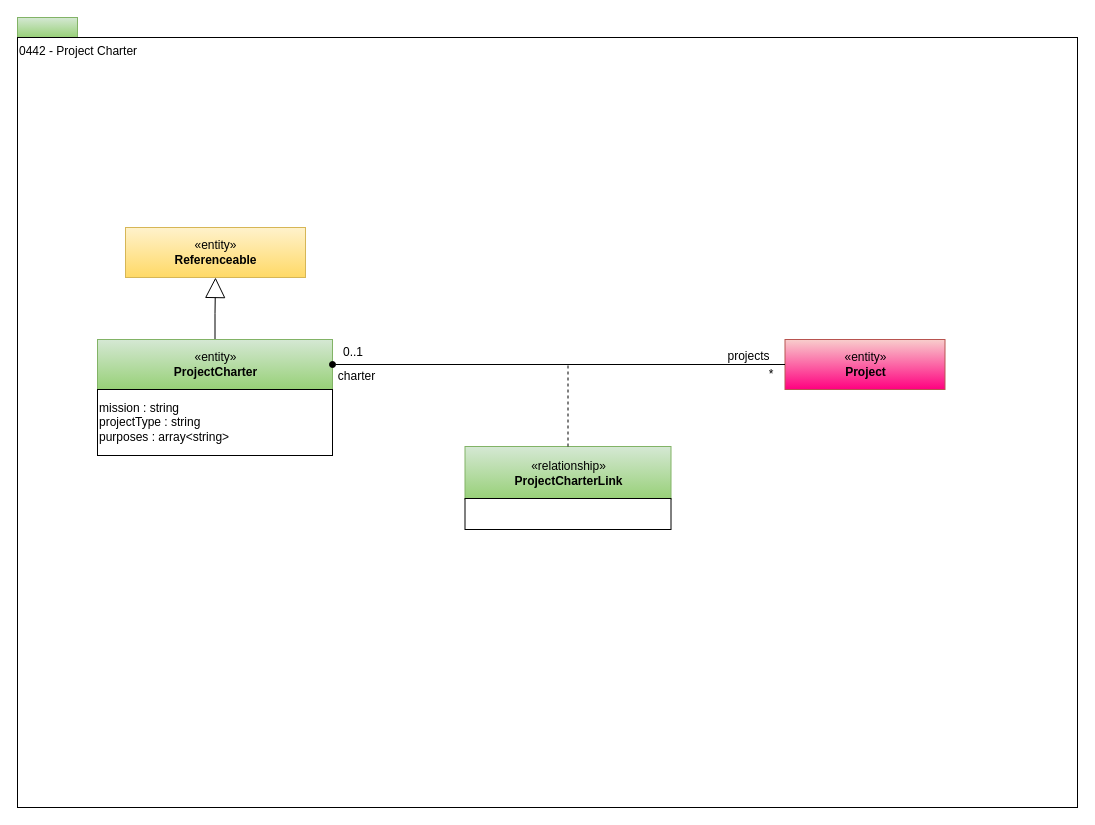
This is page "0442-Project-Charter" (15 of 31) of site/docs/types/4/area-4-governance.drawio from odpi/egeria-docs, a draw.io file, before an edit. Source tidied: cells renumbered, new cells numbered last; positions are measured from the earlier drawing's top-left corner, leaving out a move shared by most shapes. Both pictures are drawn from the tidied source at 100%, with x=0, y=0 at pixel (17, 17).
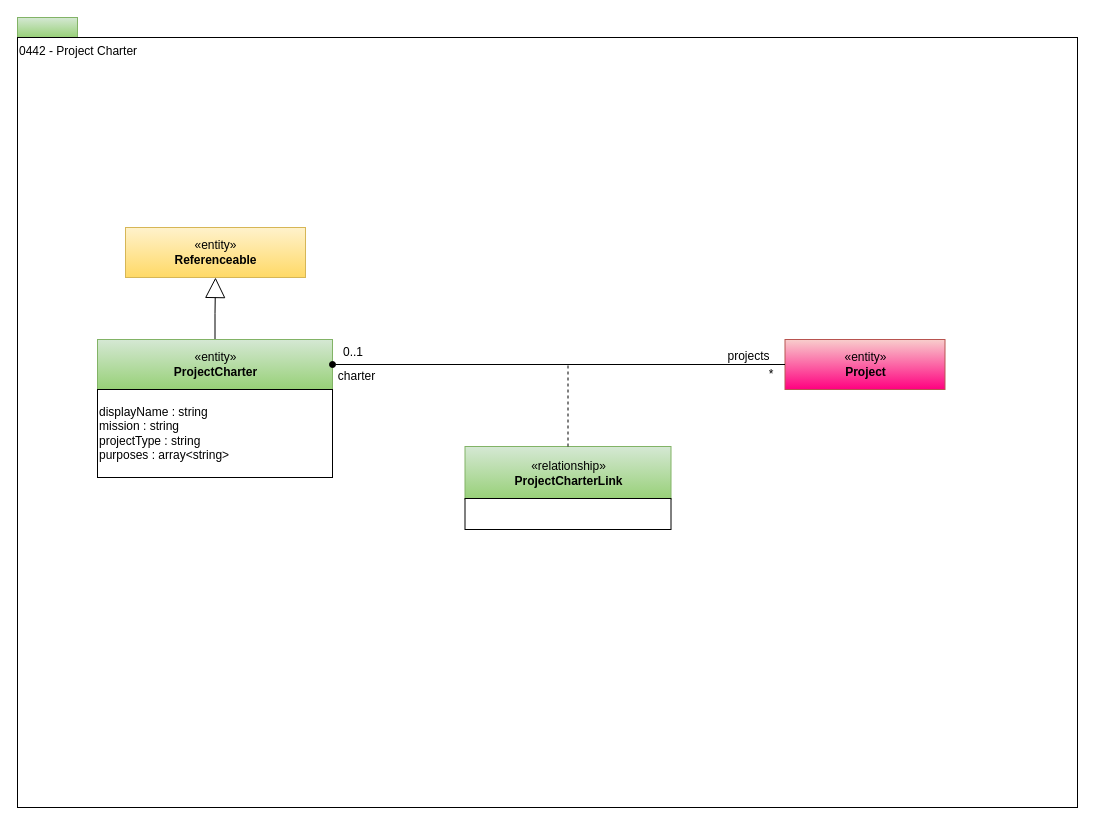
The same diagram, later.

Change to the diagram source:
```diff
@@
 <mxGraphModel>
   <root>
     <mxCell id="0" />
     <mxCell id="1" parent="0" />
     <mxCell id="2" style="rounded=0;whiteSpace=wrap;html=1;align=left;fillColor=#d5e8d4;strokeColor=#82b366;gradientColor=#97d077;" parent="1" vertex="1">
       <mxGeometry width="60" height="20" as="geometry" />
     </mxCell>
     <mxCell id="3" value="0442 - Project Charter" style="rounded=0;whiteSpace=wrap;html=1;align=left;verticalAlign=top;" parent="1" vertex="1">
       <mxGeometry y="20" width="1060" height="770" as="geometry" />
     </mxCell>
     <mxCell id="4" style="edgeStyle=orthogonalEdgeStyle;rounded=0;jettySize=auto;html=1;exitX=0.5;exitY=0;exitDx=0;exitDy=0;endArrow=block;endFill=0;endSize=18;" parent="1" edge="1" source="5" target="6">
       <mxGeometry relative="1" as="geometry" />
     </mxCell>
     <mxCell id="5" value="«entity»&lt;br&gt;&lt;b&gt;ProjectCharter&lt;/b&gt;" style="html=1;strokeColor=#82b366;align=center;fillColor=#d5e8d4;gradientColor=#97d077;" parent="1" vertex="1">
       <mxGeometry x="80" y="322" width="235" height="50" as="geometry" />
     </mxCell>
     <mxCell id="6" value="«entity»&lt;br&gt;&lt;b&gt;Referenceable&lt;/b&gt;" style="html=1;strokeColor=#d6b656;align=center;fillColor=#fff2cc;gradientColor=#ffd966;" parent="1" vertex="1">
       <mxGeometry x="108" y="210" width="180" height="50" as="geometry" />
     </mxCell>
-    <mxCell id="7" value="mission : string&lt;br&gt;projectType : string&lt;br&gt;purposes : array&amp;lt;string&amp;gt;" style="rounded=0;whiteSpace=wrap;html=1;strokeColor=#000000;gradientColor=#ffffff;align=left;" parent="1" vertex="1">
-      <mxGeometry x="80" y="372" width="235" height="66" as="geometry" />
+    <mxCell id="7" value="displayName : string&lt;br&gt;mission : string&lt;br&gt;projectType : string&lt;br&gt;purposes : array&amp;lt;string&amp;gt;" style="rounded=0;whiteSpace=wrap;html=1;strokeColor=#000000;gradientColor=#ffffff;align=left;" parent="1" vertex="1">
+      <mxGeometry x="80" y="372" width="235" height="88" as="geometry" />
     </mxCell>
     <mxCell id="8" value="«entity»&lt;br&gt;&lt;b&gt;Project&lt;/b&gt;" style="html=1;strokeColor=#b85450;align=center;fillColor=#f8cecc;gradientColor=#FF0080;" parent="1" vertex="1">
       <mxGeometry x="767.5" y="322" width="160" height="50" as="geometry" />
     </mxCell>
     <mxCell id="9" style="edgeStyle=orthogonalEdgeStyle;rounded=0;html=1;jettySize=auto;endArrow=none;endFill=0;exitX=1;exitY=0.5;exitDx=0;exitDy=0;startArrow=oval;startFill=1;" parent="1" edge="1" source="5" target="8">
       <mxGeometry relative="1" as="geometry" />
     </mxCell>
     <mxCell id="10" value="*" style="text;html=1;strokeColor=none;fillColor=none;align=center;verticalAlign=middle;whiteSpace=wrap;rounded=0;" parent="1" vertex="1">
       <mxGeometry x="740.5" y="348" width="26" height="18" as="geometry" />
     </mxCell>
     <mxCell id="11" value="«relationship»&lt;br&gt;&lt;b&gt;ProjectCharterLink&lt;/b&gt;" style="html=1;strokeColor=#82b366;align=center;fillColor=#d5e8d4;gradientColor=#97d077;" parent="1" vertex="1">
       <mxGeometry x="447.5" y="429" width="206" height="53" as="geometry" />
     </mxCell>
     <mxCell id="12" style="endArrow=none;dashed=1;html=1;" parent="1" edge="1" target="11">
       <mxGeometry relative="1" as="geometry">
         <mxPoint x="550.5" y="348" as="sourcePoint" />
       </mxGeometry>
     </mxCell>
     <mxCell id="13" style="rounded=0;whiteSpace=wrap;html=1;strokeColor=#000000;gradientColor=#ffffff;align=left;" parent="1" vertex="1">
       <mxGeometry x="447.5" y="481" width="206" height="31" as="geometry" />
     </mxCell>
     <mxCell id="14" value="projects" style="text;html=1;strokeColor=none;fillColor=none;align=center;verticalAlign=middle;whiteSpace=wrap;rounded=0;" parent="1" vertex="1">
       <mxGeometry x="696.5" y="329" width="69" height="20" as="geometry" />
     </mxCell>
     <mxCell id="15" value="charter" style="text;html=1;strokeColor=none;fillColor=none;align=center;verticalAlign=middle;whiteSpace=wrap;rounded=0;" parent="1" vertex="1">
       <mxGeometry x="315" y="348.5" width="48.5" height="20" as="geometry" />
     </mxCell>
     <mxCell id="16" value="0..1" style="text;html=1;strokeColor=none;fillColor=none;align=center;verticalAlign=middle;whiteSpace=wrap;rounded=0;" parent="1" vertex="1">
       <mxGeometry x="323" y="325.5" width="26" height="18" as="geometry" />
     </mxCell>
   </root>
 </mxGraphModel>
```
